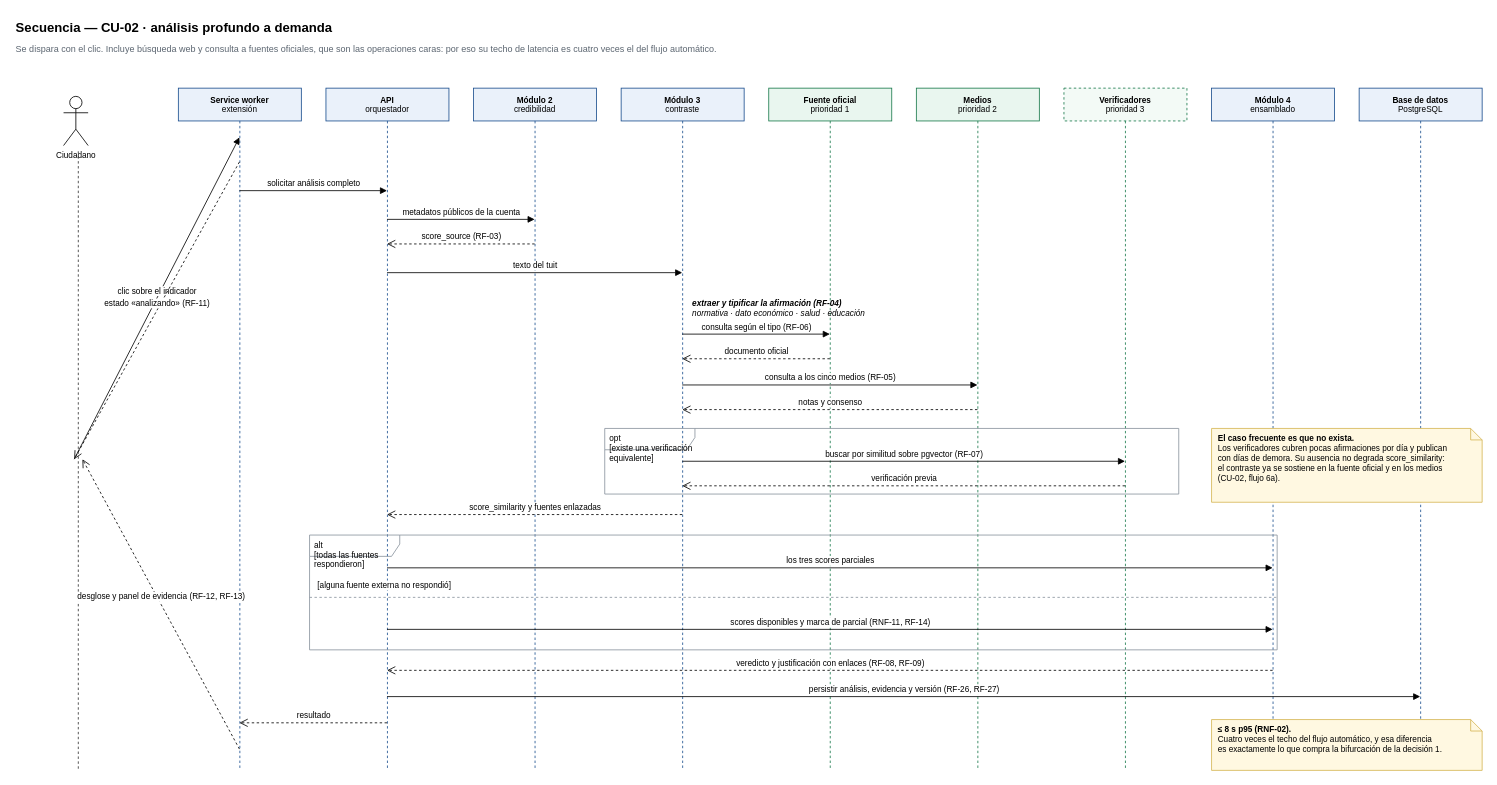
martinnbejarano/PFI-Wiki keeps this draw.io diagram as wiki/assets/diagramas/secuencia-cu02.drawio. Above is the earlier version. Source tidied: cells renumbered, new cells numbered last; positions are measured from the earlier drawing's top-left corner, leaving out a move shared by most shapes. Both pictures are drawn from the tidied source at 82%, with x=0, y=0 at pixel (14, 14).
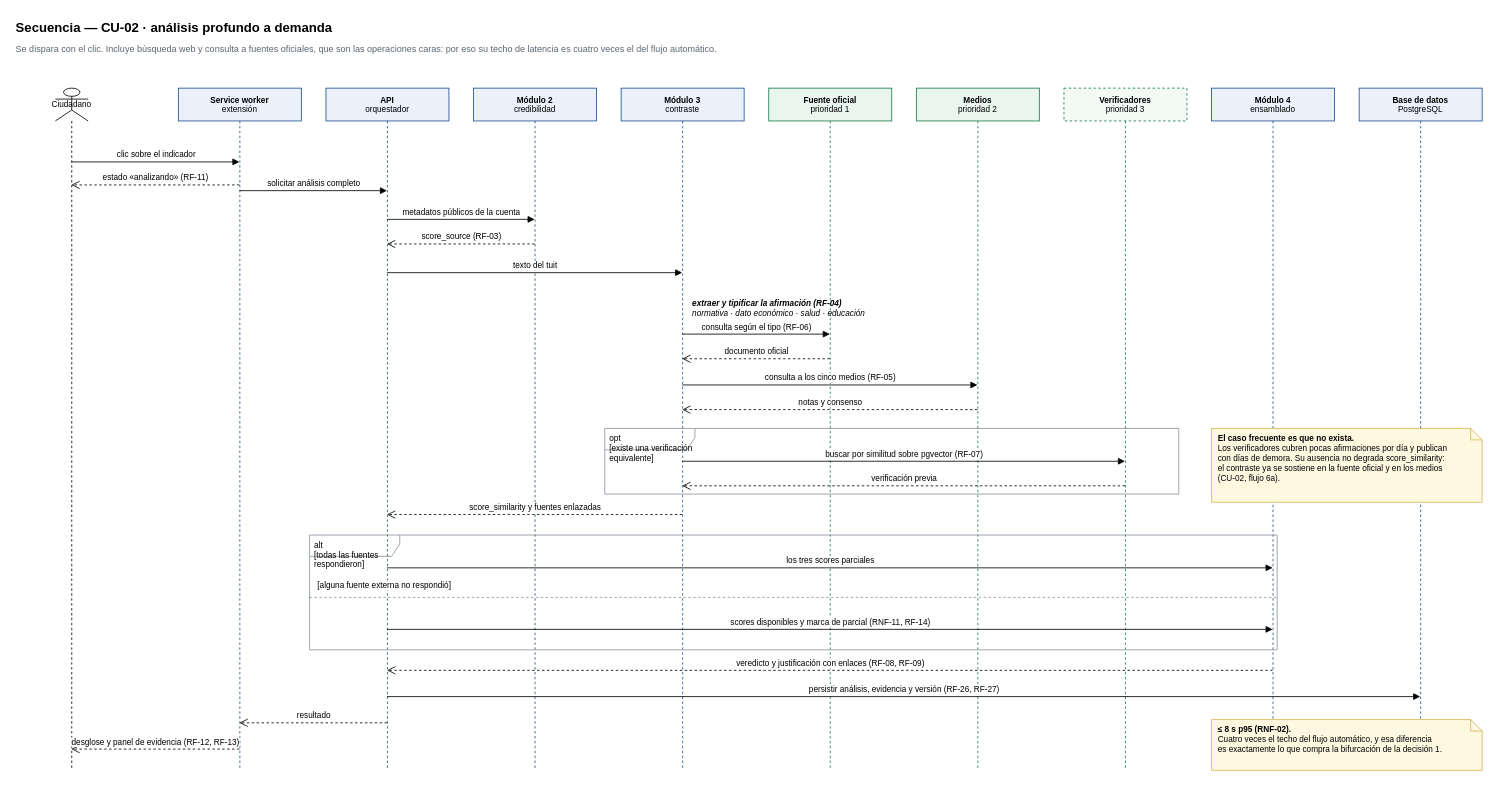
Above is the later version.

The change refers to these unchanged cells:
```xml
<mxCell id="6" value="&lt;b&gt;Service worker&lt;/b&gt;&lt;br&gt;extensión" style="shape=umlLifeline;perimeter=lifelinePerimeter;whiteSpace=wrap;html=1;outlineConnect=0;fontSize=10;fillColor=#eaf1fa;strokeColor=#1b4f8f;" parent="1" vertex="1">
  <mxGeometry x="200" y="90" width="150" height="830" as="geometry" />
</mxCell>
```

Diff of the diagram source:
```diff
@@
-    <mxCell id="4" value="Ciudadano" style="shape=umlActor;verticalLabelPosition=bottom;verticalAlign=top;html=1;outlineConnect=0;fontSize=10;" parent="1" vertex="1">
-      <mxGeometry x="60" y="100" width="30" height="60" as="geometry" />
+    <mxCell id="4" value="Ciudadano" style="shape=umlLifeline;perimeter=lifelinePerimeter;whiteSpace=wrap;html=1;outlineConnect=0;fontSize=10;participant=umlActor;" parent="1" vertex="1">
+      <mxGeometry x="50" y="90" width="40" height="830" as="geometry" />
     </mxCell>
-    <mxCell id="5" style="line;strokeWidth=1;direction=north;html=1;dashed=1;strokeColor=#333333;" parent="1" vertex="1">
-      <mxGeometry x="73" y="165" width="10" height="755" as="geometry" />
-    </mxCell>
@@
-    <mxCell id="15" value="clic sobre el indicador" style="html=1;rounded=0;fontSize=10;endArrow=blockThin;endFill=1;html=1;verticalAlign=bottom;endArrow=block;fontSize=10;rounded=0;exitX=0.5;exitY=0.0723;exitDx=0;exitDy=0;entryX=0.5;entryY=0.0723;entryDx=0;entryDy=0;" parent="1" edge="1" source="5" target="6">
+    <mxCell id="15" value="clic sobre el indicador" style="html=1;rounded=0;fontSize=10;endArrow=blockThin;endFill=1;html=1;verticalAlign=bottom;endArrow=block;fontSize=10;rounded=0;exitX=0.5;exitY=0.1084;exitDx=0;exitDy=0;entryX=0.5;entryY=0.1084;entryDx=0;entryDy=0;" parent="1" edge="1" source="4" target="6">
       <mxGeometry relative="1" as="geometry" />
     </mxCell>
-    <mxCell id="16" value="estado «analizando» (RF-11)" style="html=1;rounded=0;fontSize=10;endArrow=blockThin;endFill=1;html=1;verticalAlign=bottom;endArrow=block;fontSize=10;rounded=0;exitX=0.5;exitY=0.1084;exitDx=0;exitDy=0;entryX=0.5;entryY=0.1084;entryDx=0;entryDy=0;dashed=1;endArrow=open;endSize=8;" parent="1" edge="1" source="6" target="5">
+    <mxCell id="16" value="estado «analizando» (RF-11)" style="html=1;rounded=0;fontSize=10;endArrow=blockThin;endFill=1;html=1;verticalAlign=bottom;endArrow=block;fontSize=10;rounded=0;exitX=0.5;exitY=0.1422;exitDx=0;exitDy=0;entryX=0.5;entryY=0.1422;entryDx=0;entryDy=0;dashed=1;endArrow=open;endSize=8;" parent="1" edge="1" source="6" target="4">
       <mxGeometry relative="1" as="geometry" />
     </mxCell>
@@
-    <mxCell id="38" value="desglose y panel de evidencia (RF-12, RF-13)" style="html=1;rounded=0;fontSize=10;endArrow=blockThin;endFill=1;html=1;verticalAlign=bottom;endArrow=block;fontSize=10;rounded=0;exitX=0.5;exitY=0.9711;exitDx=0;exitDy=0;entryX=0.5;entryY=0.9711;entryDx=0;entryDy=0;dashed=1;endArrow=open;endSize=8;" parent="1" edge="1" source="6" target="5">
+    <mxCell id="38" value="desglose y panel de evidencia (RF-12, RF-13)" style="html=1;rounded=0;fontSize=10;endArrow=blockThin;endFill=1;html=1;verticalAlign=bottom;endArrow=block;fontSize=10;rounded=0;exitX=0.5;exitY=0.9711;exitDx=0;exitDy=0;entryX=0.5;entryY=0.9711;entryDx=0;entryDy=0;dashed=1;endArrow=open;endSize=8;" parent="1" edge="1" source="6" target="4">
       <mxGeometry relative="1" as="geometry" />
     </mxCell>
```
